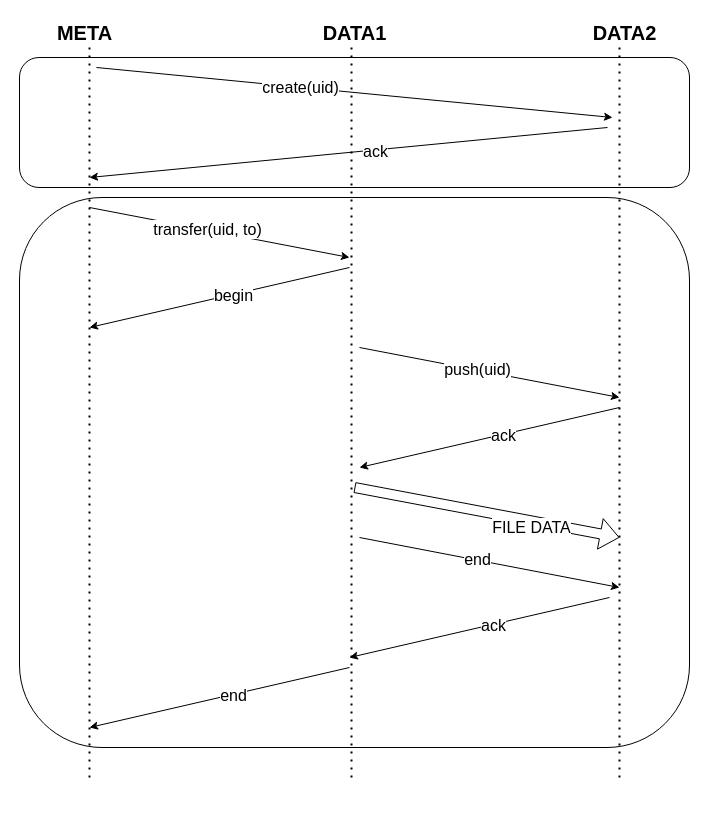
Above: diagrams/requests/transfer request.drawio in ale99WGiais/tesina_iot (draw.io), before the change. Source tidied: cells renumbered, new cells numbered last; positions are measured from the earlier drawing's top-left corner, leaving out a move shared by most shapes. Both pictures are drawn from the tidied source at 100%, with x=0, y=0 at pixel (19, 17).
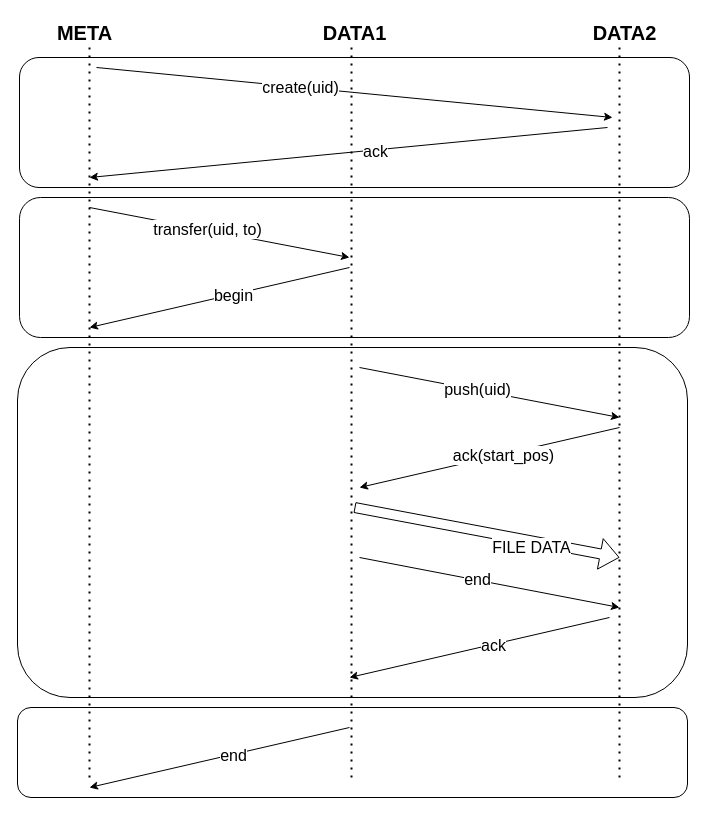
Above is the later version.

What changed in the source:
```diff
@@
+    <mxCell id="30" style="rounded=1;whiteSpace=wrap;html=1;" parent="1" vertex="1">
+      <mxGeometry x="-2" y="690" width="670" height="90" as="geometry" />
+    </mxCell>
+    <mxCell id="31" style="rounded=1;whiteSpace=wrap;html=1;" parent="1" vertex="1">
+      <mxGeometry x="-2" y="330" width="670" height="350" as="geometry" />
+    </mxCell>
     <mxCell id="2" style="rounded=1;whiteSpace=wrap;html=1;" parent="1" vertex="1">
-      <mxGeometry y="180" width="670" height="550" as="geometry" />
+      <mxGeometry y="180" width="670" height="140" as="geometry" />
     </mxCell>
@@
     <mxCell id="18" style="shape=flexArrow;endArrow=classic;html=1;fontSize=16;" parent="1" edge="1">
       <mxGeometry relative="1" as="geometry">
-        <mxPoint x="335" y="470" as="sourcePoint" />
-        <mxPoint x="600" y="520" as="targetPoint" />
+        <mxPoint x="335" y="490" as="sourcePoint" />
+        <mxPoint x="600" y="540" as="targetPoint" />
       </mxGeometry>
     </mxCell>
@@
     <mxCell id="20" style="endArrow=classic;html=1;fontSize=20;" parent="1" edge="1">
       <mxGeometry relative="1" as="geometry">
-        <mxPoint x="340" y="520" as="sourcePoint" />
-        <mxPoint x="600" y="570" as="targetPoint" />
+        <mxPoint x="340" y="540" as="sourcePoint" />
+        <mxPoint x="600" y="590" as="targetPoint" />
       </mxGeometry>
     </mxCell>
@@
     <mxCell id="22" style="endArrow=classic;html=1;fontSize=20;" parent="1" edge="1">
       <mxGeometry relative="1" as="geometry">
-        <mxPoint x="600" y="390" as="sourcePoint" />
-        <mxPoint x="340" y="450" as="targetPoint" />
+        <mxPoint x="600" y="410" as="sourcePoint" />
+        <mxPoint x="340" y="470" as="targetPoint" />
       </mxGeometry>
     </mxCell>
-    <mxCell id="23" value="ack" style="edgeLabel;html=1;align=center;verticalAlign=middle;fontSize=16;" parent="22" vertex="1">
+    <mxCell id="23" value="ack(start_pos)" style="edgeLabel;html=1;align=center;verticalAlign=middle;fontSize=16;" parent="22" vertex="1">
       <mxGeometry x="-0.1" y="1" relative="1" as="geometry" />
     </mxCell>
     <mxCell id="24" style="endArrow=classic;html=1;fontSize=20;" parent="1" edge="1">
       <mxGeometry relative="1" as="geometry">
-        <mxPoint x="340" y="330" as="sourcePoint" />
-        <mxPoint x="600" y="380" as="targetPoint" />
+        <mxPoint x="340" y="350" as="sourcePoint" />
+        <mxPoint x="600" y="400" as="targetPoint" />
       </mxGeometry>
     </mxCell>
@@
     <mxCell id="26" style="endArrow=classic;html=1;fontSize=20;" parent="1" edge="1">
       <mxGeometry relative="1" as="geometry">
-        <mxPoint x="590" y="580" as="sourcePoint" />
-        <mxPoint x="330" y="640" as="targetPoint" />
+        <mxPoint x="590" y="600" as="sourcePoint" />
+        <mxPoint x="330" y="660" as="targetPoint" />
       </mxGeometry>
     </mxCell>
@@
     <mxCell id="28" style="endArrow=classic;html=1;fontSize=20;" parent="1" edge="1">
       <mxGeometry relative="1" as="geometry">
-        <mxPoint x="330" y="650" as="sourcePoint" />
-        <mxPoint x="70" y="710" as="targetPoint" />
+        <mxPoint x="330" y="710" as="sourcePoint" />
+        <mxPoint x="70" y="770" as="targetPoint" />
       </mxGeometry>
     </mxCell>
```
